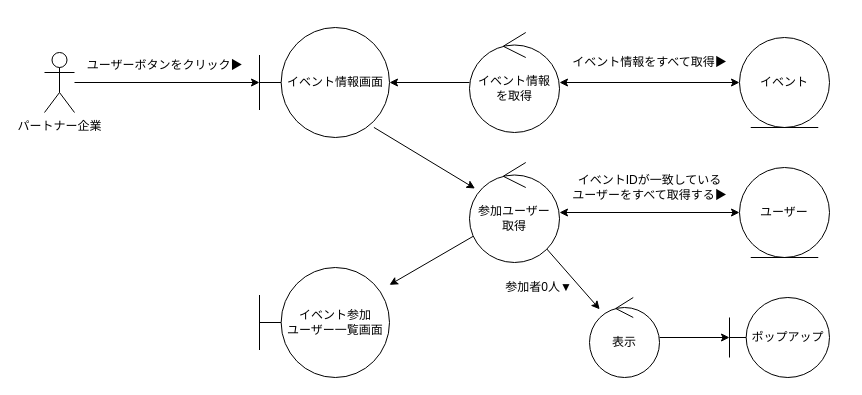
ksw2270227/GroupF keeps this draw.io diagram as page "参加ユーザー確認" (8 of 11) of out/ロバストネス図/パートナー企業-ロバストネス図.drawio. Above is the earlier version. Source tidied: cells renumbered, new cells numbered last; positions are measured from the earlier drawing's top-left corner, leaving out a move shared by most shapes. Both pictures are drawn from the tidied source at 100%, with x=0, y=0 at pixel (44, 27).
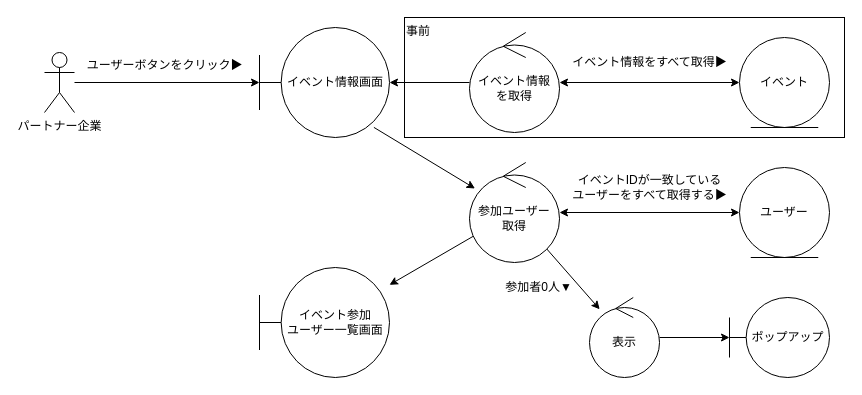
After the change.

Diff of the diagram source:
```diff
@@
+    <mxCell id="23" value="事前" style="rounded=0;whiteSpace=wrap;html=1;fillColor=none;align=left;verticalAlign=top;" parent="1" vertex="1">
+      <mxGeometry x="360" y="-10" width="440" height="120" as="geometry" />
+    </mxCell>
```
